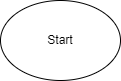
Above: Scheme.drawio.png in KuzminaGalina/Exam_02_07_2022 (draw.io), before the change. Source tidied: cells renumbered, new cells last; positions are measured from the earlier drawing's top-left corner, leaving out a move shared by most shapes.
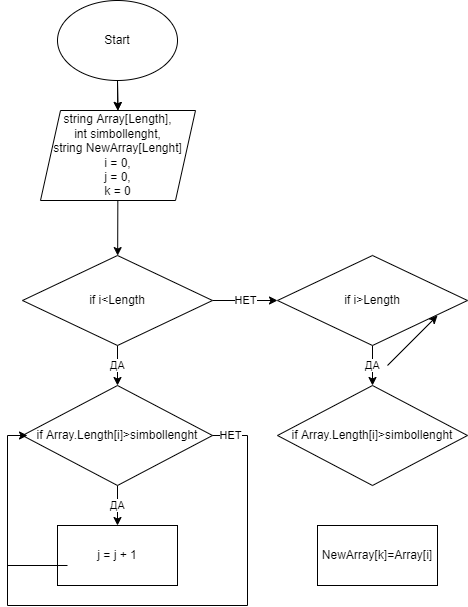
Above is the later version.

Commit message:
Добавлена блок-схема решения задачи

What changed in the source:
```diff
@@ -2,8 +2,102 @@
   <root>
     <mxCell id="0" />
     <mxCell id="1" parent="0" />
+    <mxCell id="3" style="edgeStyle=none;html=1;" parent="1" edge="1" source="2" target="5">
+      <mxGeometry relative="1" as="geometry" />
+    </mxCell>
     <mxCell id="2" value="Start" style="ellipse;whiteSpace=wrap;html=1;strokeColor=#000000;" parent="1" vertex="1">
       <mxGeometry width="120" height="80" as="geometry" />
     </mxCell>
+    <mxCell id="4" style="edgeStyle=none;html=1;strokeColor=#000000;" parent="1" edge="1" source="5" target="8">
+      <mxGeometry relative="1" as="geometry" />
+    </mxCell>
+    <mxCell id="5" value="string Array[Length],&lt;br&gt;int simbollenght,&lt;br&gt;string NewArray[Lenght]&lt;br&gt;i = 0,&lt;br&gt;j = 0,&lt;br&gt;k = 0" style="shape=parallelogram;perimeter=parallelogramPerimeter;whiteSpace=wrap;html=1;fixedSize=1;strokeColor=#000000;" parent="1" vertex="1">
+      <mxGeometry x="-17" y="110" width="155" height="90" as="geometry" />
+    </mxCell>
+    <mxCell id="6" value="ДА" style="edgeStyle=none;html=1;strokeColor=#000000;" parent="1" edge="1" source="8" target="10">
+      <mxGeometry relative="1" as="geometry" />
+    </mxCell>
+    <mxCell id="7" value="НЕТ" style="edgeStyle=none;html=1;strokeColor=#000000;" parent="1" edge="1" source="8" target="18">
+      <mxGeometry relative="1" as="geometry" />
+    </mxCell>
+    <mxCell id="8" value="if i&amp;lt;Length" style="rhombus;whiteSpace=wrap;html=1;strokeColor=#000000;" parent="1" vertex="1">
+      <mxGeometry x="-35" y="255" width="190" height="90" as="geometry" />
+    </mxCell>
+    <mxCell id="9" value="ДА" style="edgeStyle=none;html=1;strokeColor=#000000;" parent="1" edge="1" source="10" target="11">
+      <mxGeometry relative="1" as="geometry" />
+    </mxCell>
+    <mxCell id="10" value="if Array.Length[i]&amp;gt;simbollenght" style="rhombus;whiteSpace=wrap;html=1;strokeColor=#000000;" parent="1" vertex="1">
+      <mxGeometry x="-35" y="385" width="190" height="100" as="geometry" />
+    </mxCell>
+    <mxCell id="11" value="j = j + 1" style="rounded=0;whiteSpace=wrap;html=1;strokeColor=#000000;" parent="1" vertex="1">
+      <mxGeometry y="525" width="120" height="60" as="geometry" />
+    </mxCell>
+    <mxCell id="12" style="endArrow=classic;html=1;" parent="1" edge="1">
+      <mxGeometry relative="1" as="geometry">
+        <mxPoint x="330" y="365" as="sourcePoint" />
+        <mxPoint x="380" y="315" as="targetPoint" />
+      </mxGeometry>
+    </mxCell>
+    <mxCell id="13" style="endArrow=classic;html=1;entryX=0.5;entryY=0;entryDx=0;entryDy=0;strokeColor=#000000;" parent="1" edge="1" target="5">
+      <mxGeometry relative="1" as="geometry">
+        <mxPoint x="60" y="80" as="sourcePoint" />
+      </mxGeometry>
+    </mxCell>
+    <mxCell id="14" style="endArrow=none;html=1;strokeColor=#000000;" parent="1" edge="1">
+      <mxGeometry relative="1" as="geometry">
+        <mxPoint x="-50" y="565" as="sourcePoint" />
+        <mxPoint x="-50" y="435" as="targetPoint" />
+        <Array as="points">
+          <mxPoint x="-50" y="565" />
+        </Array>
+      </mxGeometry>
+    </mxCell>
+    <mxCell id="15" style="endArrow=none;html=1;strokeColor=#000000;" parent="1" edge="1">
+      <mxGeometry relative="1" as="geometry">
+        <mxPoint x="-50" y="565" as="sourcePoint" />
+        <mxPoint x="10" y="565" as="targetPoint" />
+      </mxGeometry>
+    </mxCell>
+    <mxCell id="16" style="endArrow=classic;html=1;strokeColor=#000000;" parent="1" edge="1">
+      <mxGeometry relative="1" as="geometry">
+        <mxPoint x="-50" y="435" as="sourcePoint" />
+        <mxPoint x="-30" y="435" as="targetPoint" />
+      </mxGeometry>
+    </mxCell>
+    <mxCell id="17" value="ДА" style="edgeStyle=none;html=1;strokeColor=#000000;" parent="1" edge="1" source="18" target="19">
+      <mxGeometry relative="1" as="geometry" />
+    </mxCell>
+    <mxCell id="18" value="if i&amp;gt;Length" style="rhombus;whiteSpace=wrap;html=1;strokeColor=#000000;" parent="1" vertex="1">
+      <mxGeometry x="220" y="255" width="190" height="90" as="geometry" />
+    </mxCell>
+    <mxCell id="19" value="if Array.Length[i]&amp;gt;simbollenght" style="rhombus;whiteSpace=wrap;html=1;strokeColor=#000000;" parent="1" vertex="1">
+      <mxGeometry x="220" y="385" width="190" height="100" as="geometry" />
+    </mxCell>
+    <mxCell id="20" style="endArrow=none;html=1;strokeColor=#000000;" parent="1" edge="1">
+      <mxGeometry relative="1" as="geometry">
+        <mxPoint x="190" y="605" as="sourcePoint" />
+        <mxPoint x="190" y="435" as="targetPoint" />
+      </mxGeometry>
+    </mxCell>
+    <mxCell id="21" value="НЕТ" style="endArrow=none;html=1;strokeColor=#000000;exitX=1;exitY=0.5;exitDx=0;exitDy=0;" parent="1" edge="1" source="10">
+      <mxGeometry relative="1" as="geometry">
+        <mxPoint x="190" y="435" as="targetPoint" />
+      </mxGeometry>
+    </mxCell>
+    <mxCell id="22" style="endArrow=none;html=1;strokeColor=#000000;" parent="1" edge="1">
+      <mxGeometry relative="1" as="geometry">
+        <mxPoint x="190" y="605" as="sourcePoint" />
+        <mxPoint x="-50" y="605" as="targetPoint" />
+      </mxGeometry>
+    </mxCell>
+    <mxCell id="23" style="endArrow=none;html=1;strokeColor=#000000;" parent="1" edge="1">
+      <mxGeometry relative="1" as="geometry">
+        <mxPoint x="-50" y="605" as="sourcePoint" />
+        <mxPoint x="-50" y="555" as="targetPoint" />
+      </mxGeometry>
+    </mxCell>
+    <mxCell id="24" value="NewArray[k]=Array[i]" style="rounded=0;whiteSpace=wrap;html=1;strokeColor=#000000;" parent="1" vertex="1">
+      <mxGeometry x="260" y="525" width="120" height="60" as="geometry" />
+    </mxCell>
   </root>
 </mxGraphModel>
```
